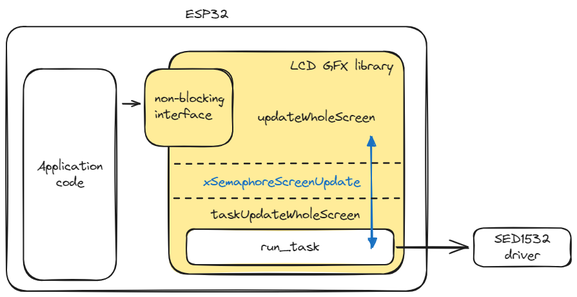
Above: docs/lcd_overview.excalidraw.png in WouterVandeWiele/robox2024 (Excalidraw), before the change. Source tidied: one line per element, renumbered; positions are measured from the earlier drawing's top-left corner, leaving out a move shared by most shapes.
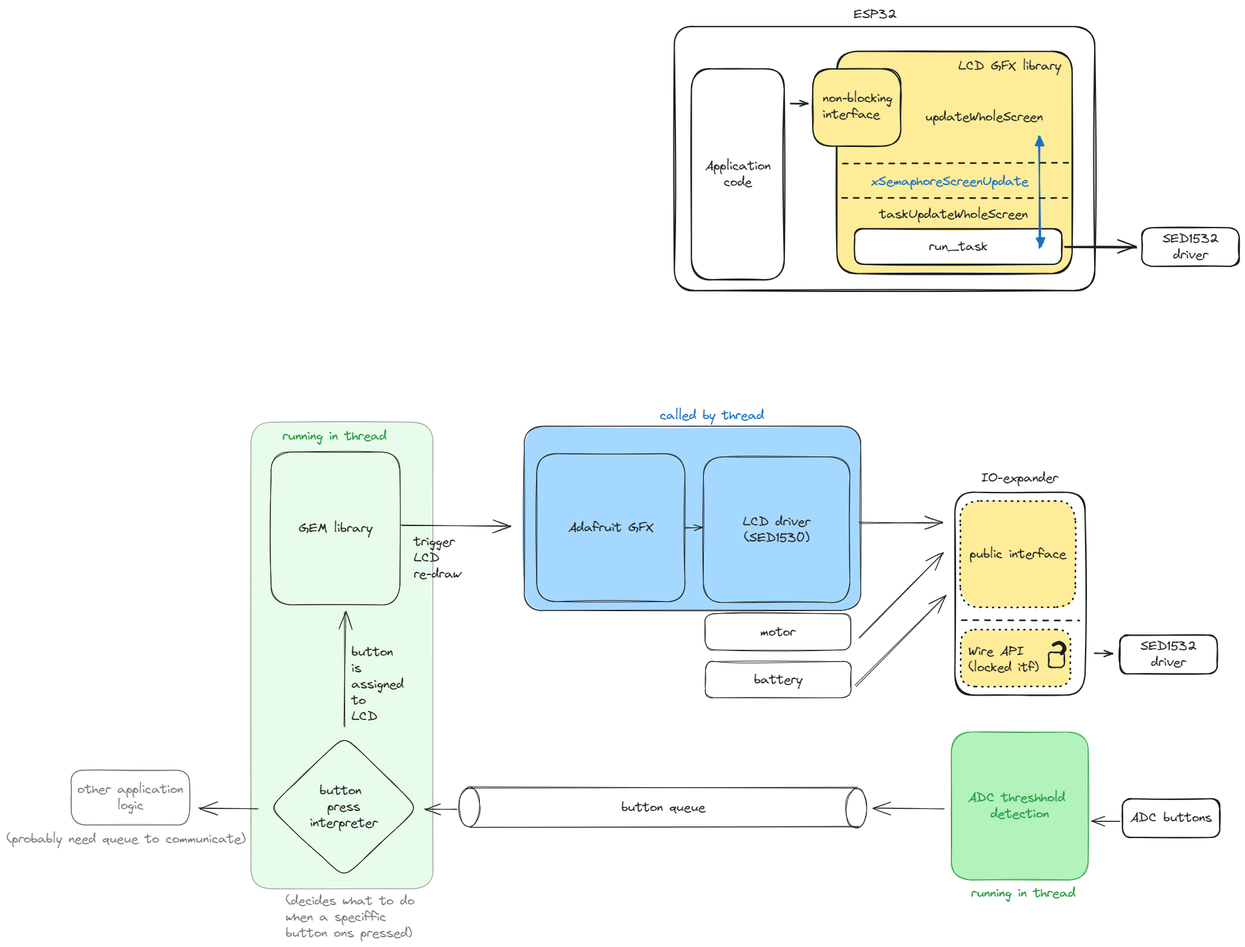
Later version of the same file.

Diff of the diagram source:
```diff
@@ -1,3 +1,5 @@
+{"id": 20, "type": "rectangle", "strokeColor": "#1e1e1e", "backgroundColor": "#a5d8ff", "fillStyle": "solid", "strokeWidth": 1, "roughness": 1, "round": true, "x": -233, "y": 651, "width": 522, "height": 286}
+{"id": 21, "type": "rectangle", "strokeColor": "#1e1e1e", "backgroundColor": "#b2f2bb", "fillStyle": "solid", "strokeWidth": 1, "roughness": 1, "opacity": 30, "round": true, "x": -656, "y": 645, "width": 282, "height": 724}
 {"id": 0, "type": "rectangle", "strokeColor": "#1e1e1e", "strokeWidth": 2, "roughness": 1, "round": true, "x": 0, "y": 31, "width": 652, "height": 410}
 {"id": 1, "type": "text", "text": "ESP32", "strokeColor": "#1e1e1e", "strokeWidth": 2, "roughness": 1, "fontSize": 20, "fontFamily": 1, "x": 278, "y": 0, "width": 67, "height": 25}
 {"id": 2, "type": "rectangle", "strokeColor": "#1e1e1e", "backgroundColor": "#ffec99", "fillStyle": "solid", "strokeWidth": 2, "roughness": 1, "round": true, "x": 252, "y": 70, "width": 365, "height": 345}
@@ -18,3 +20,55 @@
 {"id": 17, "type": "line", "strokeColor": "#1e1e1e", "strokeWidth": 2, "strokeStyle": "dashed", "roughness": 1, "round": true, "x": 260, "y": 296, "width": 349, "height": 0, "points": [[0, 0], [349, 0]]}
 {"id": 18, "type": "text", "text": "non-blocking\ninterface", "strokeColor": "#1e1e1e", "strokeWidth": 2, "strokeStyle": "dashed", "roughness": 1, "fontSize": 20, "fontFamily": 1, "x": 230, "y": 130, "width": 108, "height": 50}
 {"id": 19, "type": "text", "text": "updateWholeScreen", "strokeColor": "#1e1e1e", "strokeWidth": 2, "strokeStyle": "dashed", "roughness": 1, "fontSize": 20, "fontFamily": 1, "x": 389, "y": 159, "width": 182, "height": 25}
+{"id": 22, "type": "rectangle", "strokeColor": "#1e1e1e", "strokeWidth": 2, "roughness": 1, "round": true, "x": 435, "y": 754, "width": 202, "height": 315}
+{"id": 23, "type": "arrow", "strokeColor": "#1e1e1e", "strokeWidth": 2, "roughness": 1, "endArrowhead": "arrow", "round": true, "from": 22, "to": 24, "x": 652, "y": 1003, "width": 27, "height": 0, "points": [[0, 0], [27, 0]]}
+{"id": 24, "type": "rectangle", "strokeColor": "#1e1e1e", "strokeWidth": 2, "roughness": 1, "round": true, "x": 691, "y": 975, "width": 151, "height": 60}
+{"id": 25, "type": "text", "text": "SED1532\ndriver", "strokeColor": "#1e1e1e", "strokeWidth": 2, "roughness": 1, "fontSize": 20, "fontFamily": 1, "textAlign": "center", "verticalAlign": "middle", "inside": 24, "x": 723, "y": 980, "width": 87, "height": 50}
+{"id": 26, "type": "text", "text": "IO-expander", "strokeColor": "#1e1e1e", "strokeWidth": 2, "roughness": 1, "fontSize": 20, "fontFamily": 1, "x": 476, "y": 719, "width": 119, "height": 25}
+{"id": 27, "type": "line", "strokeColor": "#1e1e1e", "strokeWidth": 2, "strokeStyle": "dashed", "roughness": 1, "round": true, "x": 445, "y": 951, "width": 182, "height": 0, "points": [[0, 0], [182, 0]]}
+{"id": 28, "type": "rectangle", "strokeColor": "#1e1e1e", "backgroundColor": "#ffec99", "fillStyle": "solid", "strokeWidth": 2, "strokeStyle": "dotted", "roughness": 1, "round": true, "x": 443, "y": 767, "width": 179, "height": 165}
+{"id": 29, "type": "text", "text": "public interface", "strokeColor": "#1e1e1e", "backgroundColor": "#ffec99", "fillStyle": "solid", "strokeWidth": 2, "strokeStyle": "dotted", "roughness": 1, "fontSize": 20, "fontFamily": 1, "textAlign": "center", "verticalAlign": "middle", "inside": 28, "x": 458, "y": 837, "width": 150, "height": 25}
+{"id": 30, "type": "rectangle", "strokeColor": "#1e1e1e", "strokeWidth": 1, "roughness": 1, "round": true, "x": 48, "y": 942, "width": 226, "height": 56}
+{"id": 31, "type": "text", "text": "motor", "strokeColor": "#1e1e1e", "strokeWidth": 1, "roughness": 1, "fontSize": 20, "fontFamily": 1, "textAlign": "center", "verticalAlign": "middle", "inside": 30, "x": 133, "y": 958, "width": 55, "height": 25}
+{"id": 32, "type": "rectangle", "strokeColor": "#1e1e1e", "strokeWidth": 1, "roughness": 1, "round": true, "x": 48, "y": 1016, "width": 226, "height": 56}
+{"id": 33, "type": "text", "text": "battery", "strokeColor": "#1e1e1e", "strokeWidth": 1, "roughness": 1, "fontSize": 20, "fontFamily": 1, "textAlign": "center", "verticalAlign": "middle", "inside": 32, "x": 124, "y": 1032, "width": 75, "height": 25}
+{"id": 34, "type": "rectangle", "strokeColor": "#1e1e1e", "strokeWidth": 1, "roughness": 1, "round": true, "x": 45, "y": 699, "width": 227, "height": 226}
+{"id": 35, "type": "text", "text": "LCD driver\n(SED1530)", "strokeColor": "#1e1e1e", "strokeWidth": 1, "roughness": 1, "fontSize": 20, "fontFamily": 1, "textAlign": "center", "verticalAlign": "middle", "inside": 34, "x": 106, "y": 787, "width": 105, "height": 50}
+{"id": 36, "type": "rectangle", "strokeColor": "#1e1e1e", "strokeWidth": 1, "roughness": 1, "round": true, "x": -213, "y": 694, "width": 230, "height": 230}
+{"id": 37, "type": "text", "text": "Adafruit GFX", "strokeColor": "#1e1e1e", "strokeWidth": 1, "roughness": 1, "fontSize": 20, "fontFamily": 1, "textAlign": "center", "verticalAlign": "middle", "inside": 36, "x": -165, "y": 796, "width": 132, "height": 25}
+{"id": 38, "type": "rectangle", "strokeColor": "#1e1e1e", "strokeWidth": 1, "roughness": 1, "round": true, "x": -625, "y": 691, "width": 200, "height": 237}
+{"id": 39, "type": "text", "text": "GEM library", "strokeColor": "#1e1e1e", "strokeWidth": 1, "roughness": 1, "fontSize": 20, "fontFamily": 1, "textAlign": "center", "verticalAlign": "middle", "inside": 38, "x": -582, "y": 797, "width": 114, "height": 25}
+{"id": 40, "type": "arrow", "strokeColor": "#1e1e1e", "backgroundColor": "#ffec99", "fillStyle": "solid", "strokeWidth": 1, "roughness": 1, "endArrowhead": "arrow", "round": true, "from": 34, "to": 28, "x": 286, "y": 800, "width": 129, "height": 1, "points": [[0, 0], [129, 1]]}
+{"id": 41, "type": "arrow", "strokeColor": "#1e1e1e", "backgroundColor": "#ffec99", "fillStyle": "solid", "strokeWidth": 1, "roughness": 1, "endArrowhead": "arrow", "round": true, "from": 30, "to": 28, "x": 286, "y": 980, "width": 132, "height": 132, "points": [[0, 0], [132, -132]]}
+{"id": 42, "type": "arrow", "strokeColor": "#1e1e1e", "backgroundColor": "#ffec99", "fillStyle": "solid", "strokeWidth": 1, "roughness": 1, "endArrowhead": "arrow", "round": true, "from": 32, "to": 28, "x": 281, "y": 1054, "width": 140, "height": 140, "points": [[0, 0], [140, -140]]}
+{"id": 43, "type": "arrow", "strokeColor": "#1e1e1e", "backgroundColor": "#ffec99", "fillStyle": "solid", "strokeWidth": 1, "roughness": 1, "endArrowhead": "arrow", "round": true, "from": 34, "to": 36, "x": 16, "y": 809, "width": 27, "height": 0, "points": [[0, 0], [27, 0]]}
+{"id": 44, "type": "arrow", "strokeColor": "#1e1e1e", "backgroundColor": "#ffec99", "fillStyle": "solid", "strokeWidth": 1, "roughness": 1, "endArrowhead": "arrow", "round": true, "from": 38, "to": 20, "x": -423, "y": 806, "width": 170, "height": 0, "points": [[0, 0], [170, 0]]}
+{"id": 45, "type": "rectangle", "strokeColor": "#2f9e44", "backgroundColor": "#b2f2bb", "fillStyle": "solid", "strokeWidth": 1, "roughness": 1, "round": true, "x": 429, "y": 1125, "width": 212, "height": 230}
+{"id": 46, "type": "text", "text": "ADC threshhold \ndetection", "strokeColor": "#2f9e44", "backgroundColor": "#b2f2bb", "fillStyle": "solid", "strokeWidth": 1, "roughness": 1, "fontSize": 20, "fontFamily": 1, "textAlign": "center", "verticalAlign": "middle", "inside": 45, "x": 455, "y": 1215, "width": 161, "height": 50}
+{"id": 47, "type": "rectangle", "strokeColor": "#1e1e1e", "strokeWidth": 2, "roughness": 1, "round": true, "x": 695, "y": 1229, "width": 151, "height": 60}
+{"id": 48, "type": "text", "text": "ADC buttons", "strokeColor": "#1e1e1e", "strokeWidth": 2, "roughness": 1, "fontSize": 20, "fontFamily": 1, "textAlign": "center", "verticalAlign": "middle", "inside": 47, "x": 707, "y": 1246, "width": 127, "height": 25}
+{"id": 49, "type": "arrow", "strokeColor": "#1e1e1e", "backgroundColor": "#a5d8ff", "fillStyle": "solid", "strokeWidth": 1, "roughness": 1, "endArrowhead": "arrow", "round": true, "from": 47, "to": 45, "x": 691, "y": 1264, "width": 45, "height": 0, "points": [[0, 0], [-45, 0]]}
+{"id": 50, "type": "text", "text": "running in thread", "strokeColor": "#2f9e44", "backgroundColor": "#b2f2bb", "fillStyle": "solid", "strokeWidth": 1, "roughness": 1, "fontSize": 20, "fontFamily": 1, "x": -608, "y": 654, "width": 162, "height": 25}
+{"id": 51, "type": "ellipse", "strokeColor": "#1e1e1e", "strokeWidth": 1, "roughness": 1, "round": true, "x": -334, "y": 1212, "width": 32, "height": 61}
+{"id": 52, "type": "ellipse", "strokeColor": "#1e1e1e", "strokeWidth": 1, "roughness": 1, "round": true, "x": 266, "y": 1213, "width": 32, "height": 61}
+{"id": 53, "type": "line", "strokeColor": "#1e1e1e", "strokeWidth": 1, "roughness": 1, "round": true, "x": -317, "y": 1212, "width": 600, "height": 0, "points": [[0, 0], [600, 0]]}
+{"id": 54, "type": "line", "strokeColor": "#1e1e1e", "strokeWidth": 1, "roughness": 1, "round": true, "x": -317, "y": 1273, "width": 603, "height": 0, "points": [[0, 0], [603, 0]]}
+{"id": 55, "type": "text", "text": "trigger\nLCD\nre-draw", "strokeColor": "#1e1e1e", "strokeWidth": 1, "roughness": 1, "fontSize": 20, "fontFamily": 1, "x": -404, "y": 818, "width": 73, "height": 75}
+{"id": 56, "type": "arrow", "strokeColor": "#1e1e1e", "strokeWidth": 1, "roughness": 1, "endArrowhead": "arrow", "round": true, "from": 45, "to": 52, "x": 418, "y": 1244, "width": 110, "height": 0, "points": [[0, 0], [-110, 0]]}
+{"id": 57, "type": "arrow", "strokeColor": "#1e1e1e", "strokeWidth": 1, "roughness": 1, "endArrowhead": "arrow", "round": true, "from": 51, "to": 58, "x": -337, "y": 1245, "width": 50, "height": 0, "points": [[0, 0], [-50, 0]]}
+{"id": 58, "type": "diamond", "strokeColor": "#1e1e1e", "strokeWidth": 1, "roughness": 1, "round": true, "x": -628, "y": 1132, "width": 231, "height": 220}
+{"id": 59, "type": "text", "text": "button \npress\ninterpreter", "strokeColor": "#1e1e1e", "strokeWidth": 1, "roughness": 1, "fontSize": 20, "fontFamily": 1, "textAlign": "center", "verticalAlign": "middle", "inside": 58, "x": -565, "y": 1204, "width": 105, "height": 75}
+{"id": 60, "type": "text", "text": "(decides what to do \nwhen a speciffic \nbutton ons pressed)", "strokeColor": "#1e1e1e", "strokeWidth": 1, "roughness": 1, "opacity": 60, "fontSize": 20, "fontFamily": 1, "x": -603, "y": 1375, "width": 210, "height": 75}
+{"id": 61, "type": "arrow", "strokeColor": "#1e1e1e", "strokeWidth": 1, "roughness": 1, "endArrowhead": "arrow", "round": true, "from": 58, "to": 38, "x": -511, "y": 1118, "width": 0, "height": 179, "points": [[0, 0], [0, -179]]}
+{"id": 62, "type": "text", "text": "button\nis\nassigned\nto\nLCD", "strokeColor": "#1e1e1e", "strokeWidth": 1, "roughness": 1, "fontSize": 20, "fontFamily": 1, "x": -501, "y": 989, "width": 81, "height": 125}
+{"id": 63, "type": "arrow", "strokeColor": "#1e1e1e", "strokeWidth": 1, "roughness": 1, "endArrowhead": "arrow", "round": true, "from": 58, "to": 64, "x": -646, "y": 1244, "width": 91, "height": 0, "points": [[0, 0], [-91, 0]]}
+{"id": 64, "type": "rectangle", "strokeColor": "#1e1e1e", "strokeWidth": 1, "roughness": 1, "opacity": 60, "round": true, "x": -935, "y": 1185, "width": 183, "height": 85}
+{"id": 65, "type": "text", "text": "other application\nlogic", "strokeColor": "#1e1e1e", "strokeWidth": 1, "roughness": 1, "opacity": 60, "fontSize": 20, "fontFamily": 1, "textAlign": "center", "verticalAlign": "middle", "inside": 64, "x": -925, "y": 1202, "width": 164, "height": 50}
+{"id": 66, "type": "text", "text": "button queue", "strokeColor": "#1e1e1e", "strokeWidth": 1, "roughness": 1, "fontSize": 20, "fontFamily": 1, "x": -82, "y": 1230, "width": 130, "height": 25}
+{"id": 67, "type": "rectangle", "strokeColor": "#1e1e1e", "backgroundColor": "#ffec99", "fillStyle": "solid", "strokeWidth": 2, "strokeStyle": "dotted", "roughness": 1, "round": true, "x": 444, "y": 967, "width": 170, "height": 89}
+{"id": 68, "type": "rectangle", "strokeColor": "#1e1e1e", "backgroundColor": "#ffec99", "fillStyle": "solid", "strokeWidth": 2, "roughness": 1, "round": true, "x": 580, "y": 1002, "width": 25, "height": 24}
+{"id": 69, "type": "freedraw", "strokeColor": "#1e1e1e", "strokeWidth": 1, "roughness": 1, "x": 588, "y": 990, "width": 17, "height": 17, "points": [[0, 0], [0, 0], [2, -1], [4, -2], [5, -3], [7, -3], [8, -4], [9, -4], [9, -4], [11, -4], [13, -2], [14, -1], [16, 1], [17, 3], [17, 4], [17, 6], [17, 7], [17, 8], [16, 9], [15, 11], [14, 12], [13, 12], [13, 13], [13, 13], [13, 13], [13, 13]]}
+{"id": 70, "type": "text", "text": "Wire API\n(locked itf)", "strokeColor": "#1e1e1e", "strokeWidth": 1, "roughness": 1, "fontSize": 20, "fontFamily": 1, "x": 456, "y": 988, "width": 109, "height": 50}
+{"id": 71, "type": "text", "text": "called by thread", "strokeColor": "#1971c2", "strokeWidth": 1, "roughness": 1, "fontSize": 20, "fontFamily": 1, "x": -22, "y": 622, "width": 161, "height": 25}
+{"id": 72, "type": "text", "text": "(probably need queue to communicate)", "strokeColor": "#1e1e1e", "strokeWidth": 1, "roughness": 1, "opacity": 60, "fontSize": 20, "fontFamily": 1, "x": -1035, "y": 1279, "width": 371, "height": 25}
+{"id": 73, "type": "text", "text": "running in thread", "strokeColor": "#2f9e44", "backgroundColor": "#b2f2bb", "fillStyle": "solid", "strokeWidth": 1, "roughness": 1, "fontSize": 20, "fontFamily": 1, "x": 460, "y": 1363, "width": 162, "height": 25}
```
